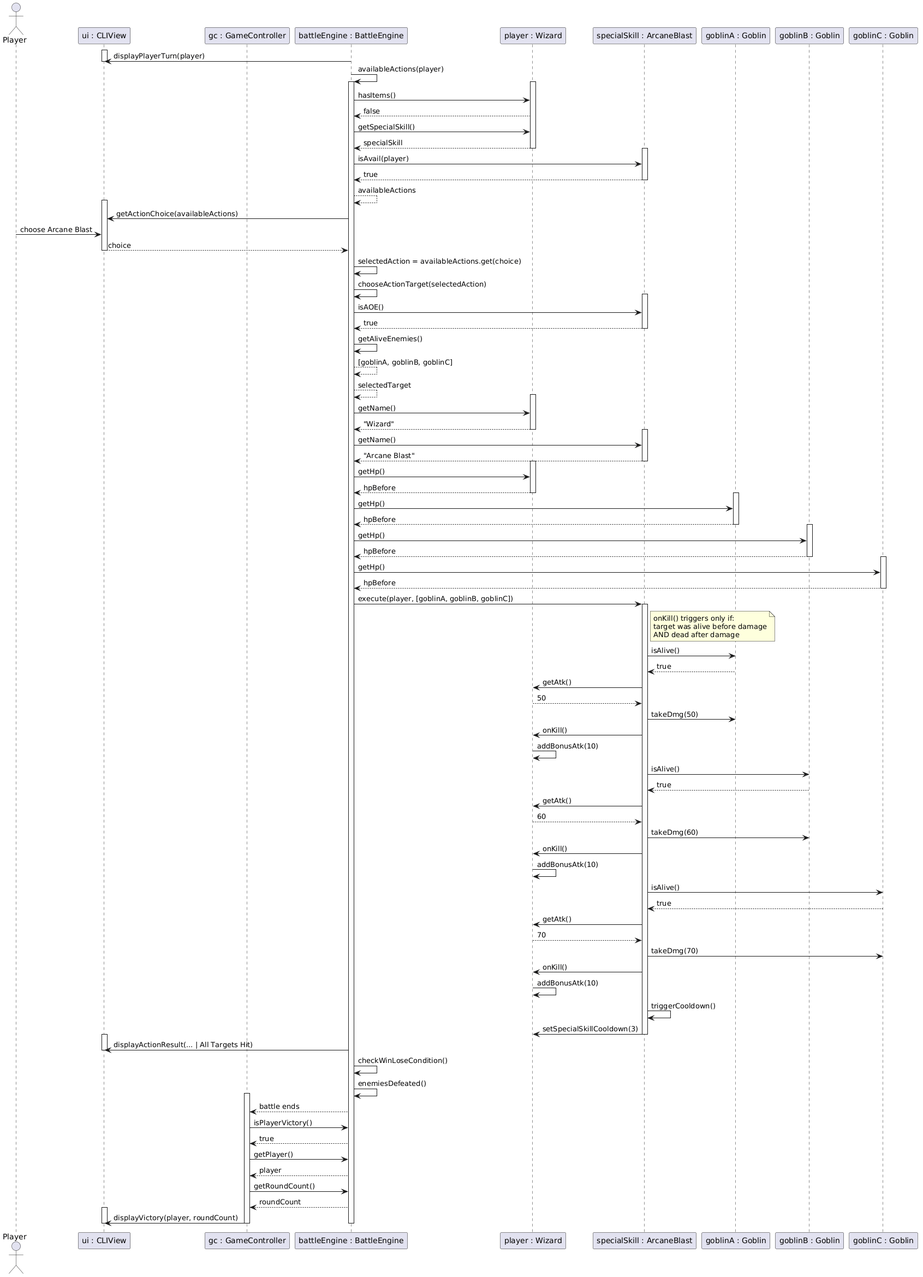
Earlier version of the PlantUML export diagrams/Sequence Diagram.png (daanishjaaved/SC2002-Group-Project).
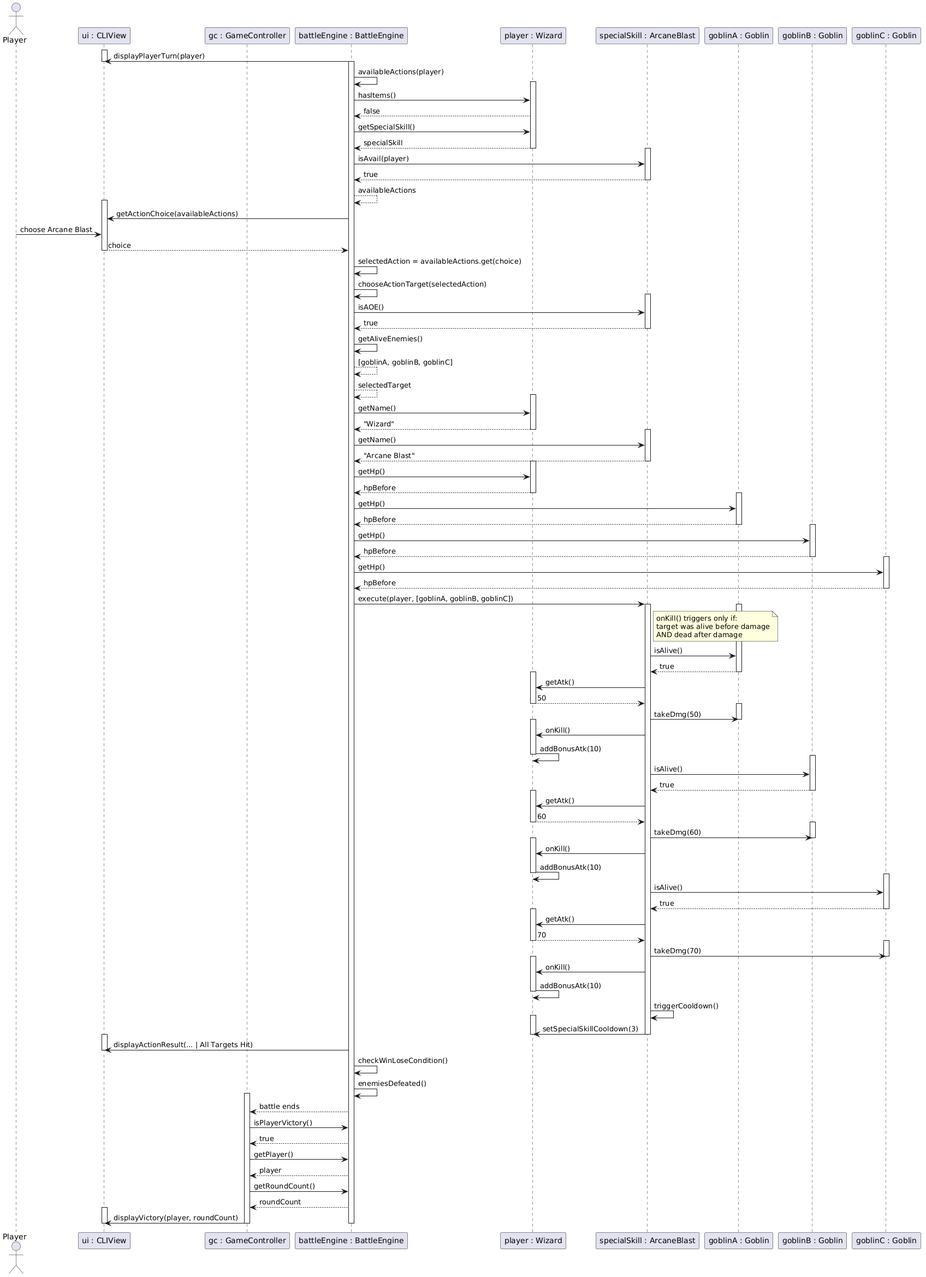
Later version of the same file.

Commit message:
Pushed updated sequence diagram

Diff of the diagram source:
```diff
@@ -14,16 +14,14 @@
 battleEngine -> ui : displayPlayerTurn(player)
 
 deactivate ui
-
+activate battleEngine
 battleEngine -> battleEngine : availableActions(player)
-activate battleEngine
 activate player
 battleEngine -> player : hasItems()
 player --> battleEngine : false
 battleEngine -> player : getSpecialSkill()
 player --> battleEngine : specialSkill
 deactivate player
-
 activate specialSkill
 battleEngine -> specialSkill : isAvail(player)
 specialSkill --> battleEngine : true
@@ -62,6 +60,7 @@
 battleEngine -> player : getHp()
 player --> battleEngine : hpBefore
 deactivate player
+
 activate goblinA
 battleEngine -> goblinA : getHp()
 goblinA --> battleEngine : hpBefore
@@ -86,32 +85,59 @@
 AND dead after damage
 end note
 
+activate goblinA
 specialSkill -> goblinA : isAlive()
 goblinA --> specialSkill : true
+deactivate goblinA
+activate player
 specialSkill -> player : getAtk()
 player --> specialSkill : 50
+deactivate player
+activate goblinA
 specialSkill -> goblinA : takeDmg(50)
+deactivate goblinA
+activate player
 specialSkill -> player : onKill()
 player -> player : addBonusAtk(10)
 
+deactivate player
+
+activate goblinB
 specialSkill -> goblinB : isAlive()
 goblinB --> specialSkill : true
+deactivate goblinB
+activate player
 specialSkill -> player : getAtk()
 player --> specialSkill : 60
+deactivate player
+activate goblinB
 specialSkill -> goblinB : takeDmg(60)
+deactivate goblinB
+activate player
 specialSkill -> player : onKill()
 player -> player : addBonusAtk(10)
+deactivate player
 
+activate goblinC
 specialSkill -> goblinC : isAlive()
 goblinC --> specialSkill : true
+deactivate goblinC
+activate player
 specialSkill -> player : getAtk()
 player --> specialSkill : 70
+deactivate player
+activate goblinC
 specialSkill -> goblinC : takeDmg(70)
+deactivate goblinC
+activate player
 specialSkill -> player : onKill()
 player -> player : addBonusAtk(10)
+deactivate player
 
 specialSkill -> specialSkill : triggerCooldown()
+activate player
 specialSkill -> player : setSpecialSkillCooldown(3)
+deactivate player
 deactivate specialSkill
 
 activate ui
```
